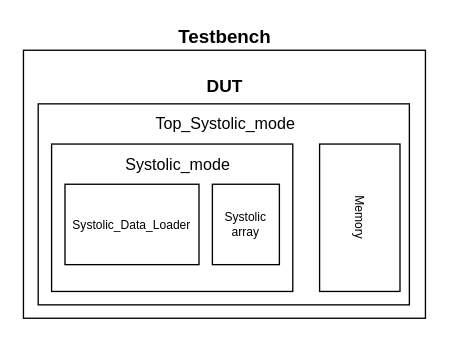
The draw.io diagram tb_systolic_mode.drawio in sg05060/Test, before the edit. Source tidied: cells renumbered, new cells numbered last; positions are measured from the earlier drawing's top-left corner, leaving out a move shared by most shapes. Both pictures are drawn from the tidied source at 134%, with x=0, y=0 at pixel (23, 23).
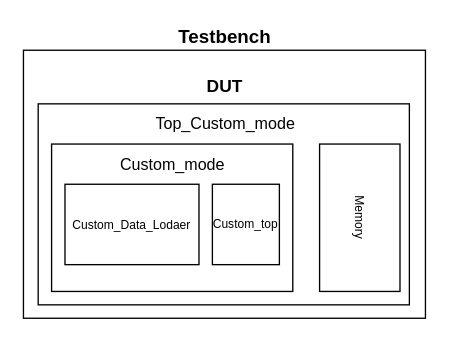
The same page after the edit.

Change to the diagram source:
```diff
@@
 <mxGraphModel>
   <root>
     <mxCell id="0" />
     <mxCell id="1" parent="0" />
     <mxCell id="2" style="rounded=0;whiteSpace=wrap;html=1;fontSize=12;" parent="1" vertex="1">
       <mxGeometry y="20" width="300" height="200" as="geometry" />
     </mxCell>
     <mxCell id="3" style="rounded=0;whiteSpace=wrap;html=1;" parent="1" vertex="1">
       <mxGeometry x="11" y="60" width="277" height="150" as="geometry" />
     </mxCell>
     <mxCell id="4" style="rounded=0;whiteSpace=wrap;html=1;" parent="1" vertex="1">
       <mxGeometry x="21" y="90" width="180" height="110" as="geometry" />
     </mxCell>
-    <mxCell id="5" value="&lt;font style=&quot;font-size: 9px;&quot;&gt;Systolic_Data_Loader&lt;/font&gt;" style="rounded=0;whiteSpace=wrap;html=1;" parent="1" vertex="1">
+    <mxCell id="5" value="&lt;font style=&quot;font-size: 9px;&quot;&gt;Custom_Data_Lodaer&lt;/font&gt;" style="rounded=0;whiteSpace=wrap;html=1;" parent="1" vertex="1">
       <mxGeometry x="31" y="120" width="100" height="60" as="geometry" />
     </mxCell>
-    <mxCell id="6" value="Systolic array" style="rounded=0;whiteSpace=wrap;html=1;fontSize=9;" parent="1" vertex="1">
+    <mxCell id="6" value="Custom_top" style="rounded=0;whiteSpace=wrap;html=1;fontSize=9;" parent="1" vertex="1">
       <mxGeometry x="141" y="120" width="50" height="60" as="geometry" />
     </mxCell>
     <mxCell id="7" value="Memory" style="rounded=0;whiteSpace=wrap;html=1;fontSize=9;rotation=90;" parent="1" vertex="1">
       <mxGeometry x="196" y="115" width="110" height="60" as="geometry" />
     </mxCell>
-    <mxCell id="8" value="&lt;font style=&quot;font-size: 12px;&quot;&gt;Top_Systolic_mode&lt;/font&gt;" style="text;html=1;strokeColor=none;fillColor=none;align=center;verticalAlign=middle;whiteSpace=wrap;rounded=0;fontSize=9;" parent="1" vertex="1">
+    <mxCell id="8" value="&lt;font style=&quot;font-size: 12px;&quot;&gt;Top_Custom_mode&lt;/font&gt;" style="text;html=1;strokeColor=none;fillColor=none;align=center;verticalAlign=middle;whiteSpace=wrap;rounded=0;fontSize=9;" parent="1" vertex="1">
       <mxGeometry x="121" y="60" width="60" height="30" as="geometry" />
     </mxCell>
-    <mxCell id="9" value="Systolic_mode" style="text;html=1;align=center;verticalAlign=middle;strokeColor=none;fillColor=none;fontSize=12;" parent="1" vertex="1">
-      <mxGeometry x="70" y="96" width="90" height="20" as="geometry" />
-    </mxCell>
     <mxCell id="10" value="&lt;font style=&quot;font-size: 13px;&quot;&gt;&lt;b&gt;DUT&lt;/b&gt;&lt;/font&gt;" style="text;html=1;align=center;verticalAlign=middle;strokeColor=none;fillColor=none;fontSize=12;" parent="1" vertex="1">
       <mxGeometry x="129.5" y="37" width="40" height="20" as="geometry" />
     </mxCell>
     <mxCell id="11" value="&lt;font style=&quot;font-size: 14px;&quot;&gt;&lt;b&gt;Testbench&lt;/b&gt;&lt;/font&gt;" style="text;html=1;align=center;verticalAlign=middle;strokeColor=none;fillColor=none;fontSize=13;" parent="1" vertex="1">
       <mxGeometry x="109.5" width="80" height="20" as="geometry" />
     </mxCell>
+    <mxCell id="12" value="&lt;font style=&quot;font-size: 12px;&quot;&gt;Custom_mode&lt;/font&gt;" style="text;html=1;align=center;verticalAlign=middle;strokeColor=none;fillColor=none;fontSize=14;" parent="1" vertex="1">
+      <mxGeometry x="66" y="95" width="90" height="20" as="geometry" />
+    </mxCell>
   </root>
 </mxGraphModel>
```
